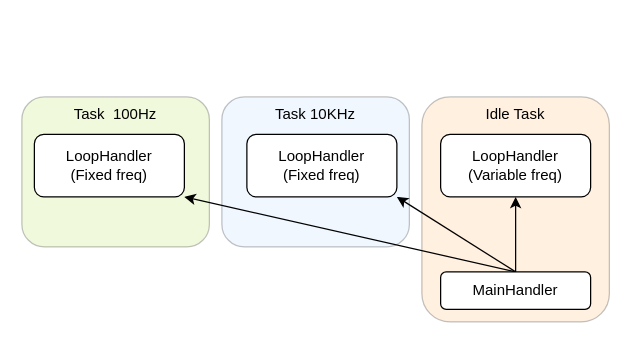
This is assets/drawio/datalogging.drawio from scrutinydebugger/scrutiny-website, a draw.io file, before an edit. Source tidied: cells renumbered, new cells numbered last; positions are measured from the earlier drawing's top-left corner, leaving out a move shared by most shapes. Both pictures are drawn from the tidied source at 125%, with x=0, y=0 at pixel (21, 96).
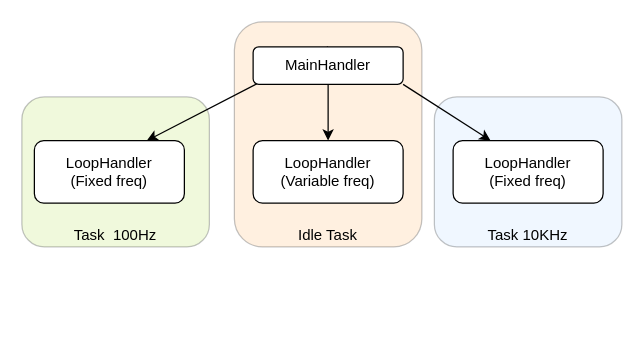
The same page after the edit.

Commit message (it also covers changes not shown here):
Documented more cmake params

Diff of the diagram source:
```diff
@@
 <mxGraphModel>
   <root>
     <mxCell id="0" />
     <mxCell id="1" parent="0" />
-    <mxCell id="2" value="Task&amp;nbsp; 100Hz" style="rounded=1;whiteSpace=wrap;html=1;fillColor=#cdeb8b;strokeColor=#36393d;opacity=30;verticalAlign=top;" parent="1" vertex="1">
+    <mxCell id="2" value="Task&amp;nbsp; 100Hz" style="rounded=1;whiteSpace=wrap;html=1;fillColor=#cdeb8b;strokeColor=#36393d;opacity=30;verticalAlign=bottom;" parent="1" vertex="1">
       <mxGeometry width="150" height="120" as="geometry" />
     </mxCell>
-    <mxCell id="3" value="Task 10KHz" style="rounded=1;whiteSpace=wrap;html=1;fillColor=#cce5ff;strokeColor=#36393d;opacity=30;verticalAlign=top;" parent="1" vertex="1">
-      <mxGeometry x="160" width="150" height="120" as="geometry" />
+    <mxCell id="3" value="Task 10KHz" style="rounded=1;whiteSpace=wrap;html=1;fillColor=#cce5ff;strokeColor=#36393d;opacity=30;verticalAlign=bottom;" parent="1" vertex="1">
+      <mxGeometry x="330" width="150" height="120" as="geometry" />
     </mxCell>
-    <mxCell id="4" value="Idle Task" style="rounded=1;whiteSpace=wrap;html=1;fillColor=#ffcc99;strokeColor=#36393d;opacity=30;verticalAlign=top;" parent="1" vertex="1">
-      <mxGeometry x="320" width="150" height="180" as="geometry" />
+    <mxCell id="4" value="Idle Task" style="rounded=1;whiteSpace=wrap;html=1;fillColor=#ffcc99;strokeColor=#36393d;opacity=30;verticalAlign=bottom;" parent="1" vertex="1">
+      <mxGeometry x="170" y="-60" width="150" height="180" as="geometry" />
     </mxCell>
+    <mxCell id="7" style="edgeStyle=none;html=1;exitX=0.5;exitY=0;exitDx=0;exitDy=0;entryX=0.75;entryY=0;entryDx=0;entryDy=0;" parent="1" edge="1" source="8" target="9">
+      <mxGeometry relative="1" as="geometry" />
+    </mxCell>
-    <mxCell id="5" style="edgeStyle=none;html=1;exitX=0.5;exitY=0;exitDx=0;exitDy=0;entryX=0.5;entryY=1;entryDx=0;entryDy=0;" parent="1" edge="1" source="8" target="11">
+    <mxCell id="5" style="edgeStyle=none;html=1;exitX=0.5;exitY=1;exitDx=0;exitDy=0;entryX=0.5;entryY=0;entryDx=0;entryDy=0;" parent="1" edge="1" source="8" target="11">
       <mxGeometry relative="1" as="geometry" />
     </mxCell>
-    <mxCell id="6" style="edgeStyle=none;html=1;exitX=0.5;exitY=0;exitDx=0;exitDy=0;entryX=1;entryY=1;entryDx=0;entryDy=0;" parent="1" edge="1" source="8" target="10">
+    <mxCell id="6" style="edgeStyle=none;html=1;exitX=1;exitY=1;exitDx=0;exitDy=0;entryX=0.25;entryY=0;entryDx=0;entryDy=0;" parent="1" edge="1" source="8" target="10">
       <mxGeometry relative="1" as="geometry" />
     </mxCell>
-    <mxCell id="7" style="edgeStyle=none;html=1;exitX=0.5;exitY=0;exitDx=0;exitDy=0;entryX=1;entryY=1;entryDx=0;entryDy=0;" parent="1" edge="1" source="8" target="9">
-      <mxGeometry relative="1" as="geometry" />
-    </mxCell>
     <mxCell id="8" value="MainHandler" style="rounded=1;whiteSpace=wrap;html=1;" parent="1" vertex="1">
-      <mxGeometry x="335" y="140" width="120" height="30" as="geometry" />
+      <mxGeometry x="185" y="-40" width="120" height="30" as="geometry" />
     </mxCell>
     <mxCell id="9" value="LoopHandler&lt;br&gt;(Fixed freq)" style="rounded=1;whiteSpace=wrap;html=1;" parent="1" vertex="1">
-      <mxGeometry x="10" y="30" width="120" height="50" as="geometry" />
+      <mxGeometry x="10" y="35" width="120" height="50" as="geometry" />
     </mxCell>
     <mxCell id="10" value="LoopHandler&lt;br&gt;(Fixed freq)" style="rounded=1;whiteSpace=wrap;html=1;" parent="1" vertex="1">
-      <mxGeometry x="180" y="30" width="120" height="50" as="geometry" />
+      <mxGeometry x="345" y="35" width="120" height="50" as="geometry" />
     </mxCell>
     <mxCell id="11" value="LoopHandler&lt;br&gt;(Variable freq)" style="rounded=1;whiteSpace=wrap;html=1;" parent="1" vertex="1">
-      <mxGeometry x="335" y="30" width="120" height="50" as="geometry" />
+      <mxGeometry x="185" y="35" width="120" height="50" as="geometry" />
     </mxCell>
   </root>
 </mxGraphModel>
```
